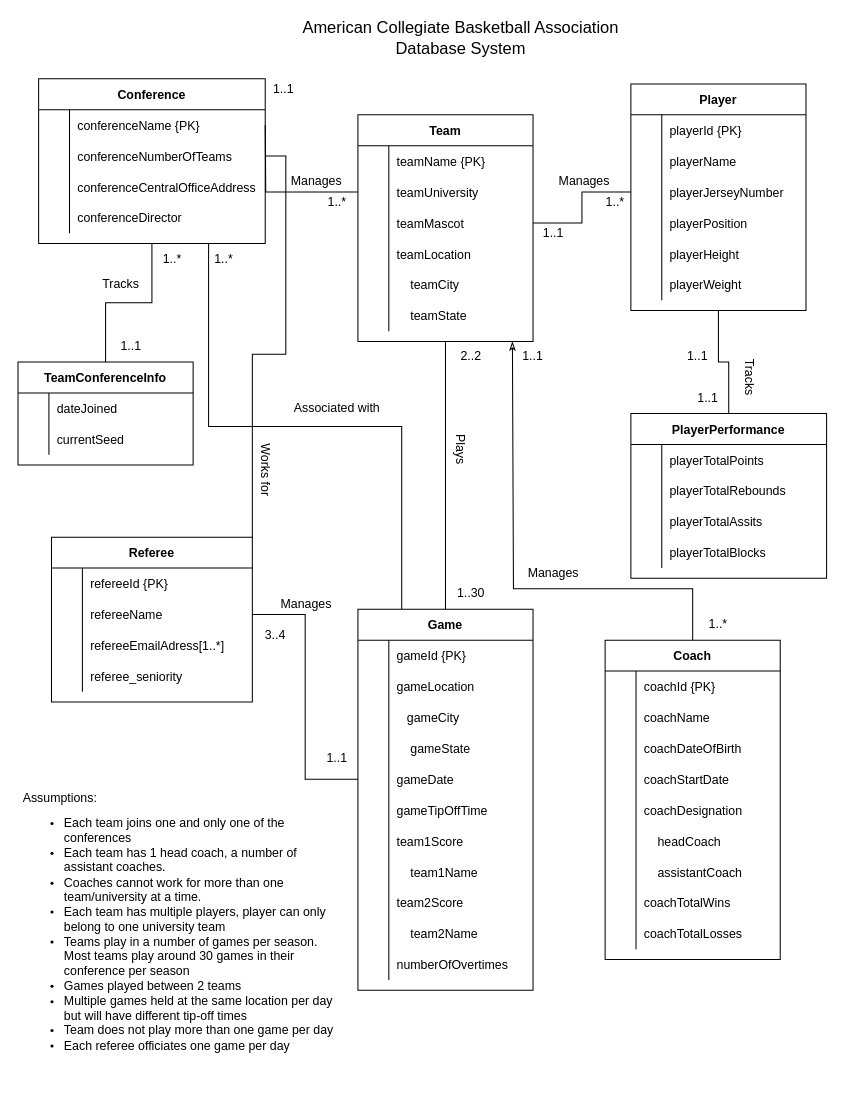
Earlier version of the draw.io diagram page "v1_acbdb" (1 of 2) of ACBADB_ER_model.drawio (LaurenMiller0/LaurenMiller0). Source tidied: cells renumbered, new cells numbered last; positions are measured from the earlier drawing's top-left corner, leaving out a move shared by most shapes. Both pictures are drawn from the tidied source at 103%, with x=0, y=0 at pixel (18, 22).
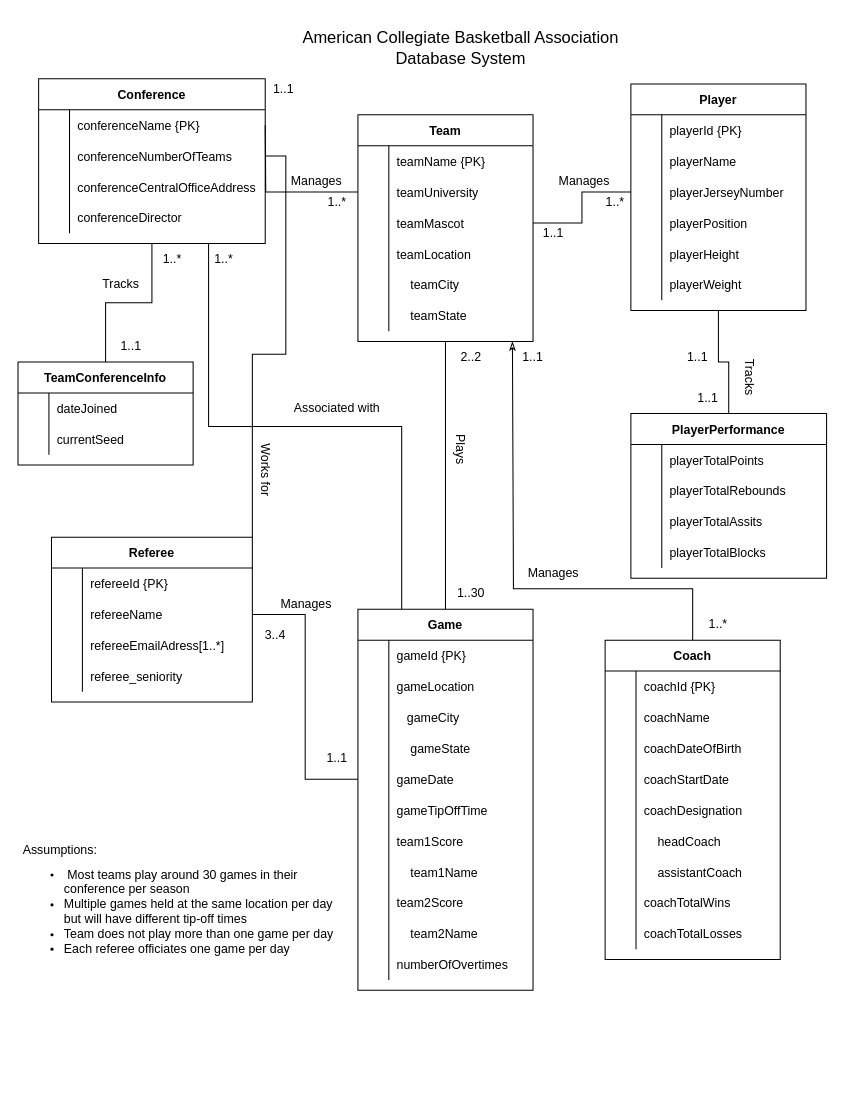
After the change.

The edit, as a diff of the source:
```diff
@@
     <mxCell id="135" value="American Collegiate Basketball Association Database System" style="text;html=1;strokeColor=none;fillColor=none;align=center;verticalAlign=middle;whiteSpace=wrap;rounded=0;fontSize=16;" parent="1" vertex="1">
-      <mxGeometry x="250" width="360" height="30" as="geometry" />
+      <mxGeometry x="250" y="10" width="360" height="30" as="geometry" />
     </mxCell>
@@
-    <mxCell id="145" value="&lt;h5&gt;&lt;span style=&quot;font-size: 12px; font-weight: normal;&quot;&gt;Assumptions:&lt;/span&gt;&lt;br&gt;&lt;ul&gt;&lt;li&gt;&lt;span style=&quot;font-size: 12px; font-weight: normal;&quot;&gt;Each team joins one and only one of the conferences&lt;/span&gt;&lt;br&gt;&lt;/li&gt;&lt;li&gt;&lt;span style=&quot;font-size: 12px; font-weight: normal;&quot;&gt;Each team has 1 head coach, a number of assistant coaches.&amp;nbsp;&lt;/span&gt;&lt;br&gt;&lt;/li&gt;&lt;li&gt;&lt;span style=&quot;font-size: 12px; font-weight: normal;&quot;&gt;Coaches cannot work for more than one team/university at a time.&amp;nbsp;&lt;/span&gt;&lt;br&gt;&lt;/li&gt;&lt;li&gt;&lt;span style=&quot;font-size: 12px; font-weight: normal;&quot;&gt;Each team has multiple players, player can only belong to one university team&lt;/span&gt;&lt;br&gt;&lt;/li&gt;&lt;li&gt;&lt;span style=&quot;font-size: 12px; font-weight: normal;&quot;&gt;Teams play in a number of games per season. Most teams play around 30 games in their conference per season&lt;/span&gt;&lt;br&gt;&lt;/li&gt;&lt;li&gt;&lt;span style=&quot;font-size: 12px; font-weight: normal;&quot;&gt;Games played between 2 teams&lt;/span&gt;&lt;/li&gt;&lt;li&gt;&lt;span style=&quot;font-size: 12px; font-weight: normal;&quot;&gt;Multiple games held at the same location per day but will have different tip-off times&lt;/span&gt;&lt;/li&gt;&lt;li&gt;&lt;span style=&quot;font-size: 12px; font-weight: normal;&quot;&gt;Team does not play more than one game per day&lt;/span&gt;&lt;/li&gt;&lt;li&gt;&lt;span style=&quot;font-size: 12px; font-weight: normal;&quot;&gt;Each&amp;nbsp;referee officiates one game per day&lt;/span&gt;&lt;/li&gt;&lt;/ul&gt;&lt;/h5&gt;&lt;div&gt;&lt;br&gt;&lt;/div&gt;&lt;div&gt;&lt;font&gt;&lt;span style=&quot;font-size: 11px; font-variant-ligatures: normal; font-variant-east-asian: normal; font-variant-position: normal; vertical-align: baseline;&quot;&gt;&lt;span style=&quot;font-size: 12px;&quot;&gt;&lt;br&gt;&lt;/span&gt;&lt;/span&gt;&lt;/font&gt;&lt;/div&gt;" style="text;html=1;strokeColor=none;fillColor=none;spacing=5;spacingTop=-20;whiteSpace=wrap;overflow=hidden;rounded=0;" parent="1" vertex="1">
-      <mxGeometry y="740" width="320" height="290" as="geometry" />
+    <mxCell id="145" value="&lt;h5&gt;&lt;span style=&quot;font-size: 12px; font-weight: normal;&quot;&gt;Assumptions:&lt;/span&gt;&lt;br&gt;&lt;ul&gt;&lt;li&gt;&lt;span style=&quot;font-size: 12px; font-weight: normal; background-color: initial;&quot;&gt;&amp;nbsp;Most teams play around 30 games in their conference per season&lt;/span&gt;&lt;/li&gt;&lt;li&gt;&lt;span style=&quot;font-size: 12px; font-weight: normal;&quot;&gt;Multiple games held at the same location per day but will have different tip-off times&lt;/span&gt;&lt;/li&gt;&lt;li&gt;&lt;span style=&quot;font-size: 12px; font-weight: normal;&quot;&gt;Team does not play more than one game per day&lt;/span&gt;&lt;/li&gt;&lt;li&gt;&lt;span style=&quot;font-size: 12px; font-weight: normal;&quot;&gt;Each&amp;nbsp;referee officiates one game per day&lt;/span&gt;&lt;/li&gt;&lt;/ul&gt;&lt;/h5&gt;&lt;div&gt;&lt;br&gt;&lt;/div&gt;&lt;div&gt;&lt;font&gt;&lt;span style=&quot;font-size: 11px; font-variant-ligatures: normal; font-variant-east-asian: normal; font-variant-position: normal; vertical-align: baseline;&quot;&gt;&lt;span style=&quot;font-size: 12px;&quot;&gt;&lt;br&gt;&lt;/span&gt;&lt;/span&gt;&lt;/font&gt;&lt;/div&gt;" style="text;html=1;strokeColor=none;fillColor=none;spacing=5;spacingTop=-20;whiteSpace=wrap;overflow=hidden;rounded=0;" parent="1" vertex="1">
+      <mxGeometry y="790" width="320" height="140" as="geometry" />
     </mxCell>
```
